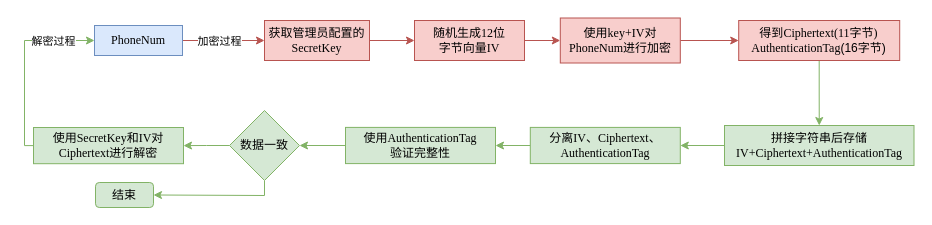
This is DrawIO_file/流程图/AES加密流程图.drawio from DingDongZz/typera_PicGO, a draw.io file, before an edit. Source tidied: cells renumbered, new cells numbered last; positions are measured from the earlier drawing's top-left corner, leaving out a move shared by most shapes. Both pictures are drawn from the tidied source at 100%, with x=0, y=0 at pixel (24, 17).
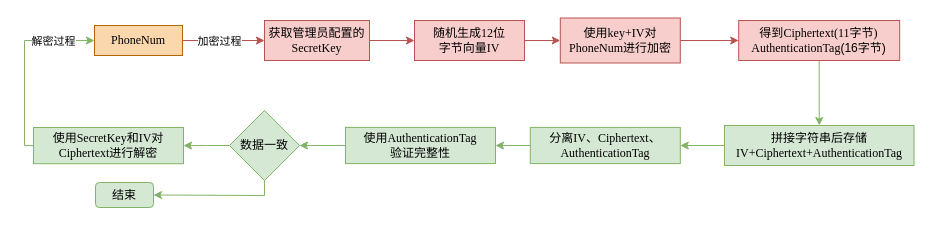
The same page after the edit.

Commit message:
更新AES加密流程图.drawio

Change to the diagram source:
```diff
@@
-    <mxCell id="4" value="&lt;font face=&quot;Times New Roman&quot;&gt;PhoneNum&lt;/font&gt;" style="rounded=0;whiteSpace=wrap;html=1;fillColor=#dae8fc;strokeColor=#6c8ebf;fontFamily=宋体;" parent="1" vertex="1">
+    <mxCell id="4" value="&lt;font face=&quot;Times New Roman&quot;&gt;PhoneNum&lt;/font&gt;" style="rounded=0;whiteSpace=wrap;html=1;fillColor=#fad7ac;strokeColor=#b46504;fontFamily=宋体;" parent="1" vertex="1">
       <mxGeometry x="70" y="8" width="88" height="30" as="geometry" />
     </mxCell>
```
